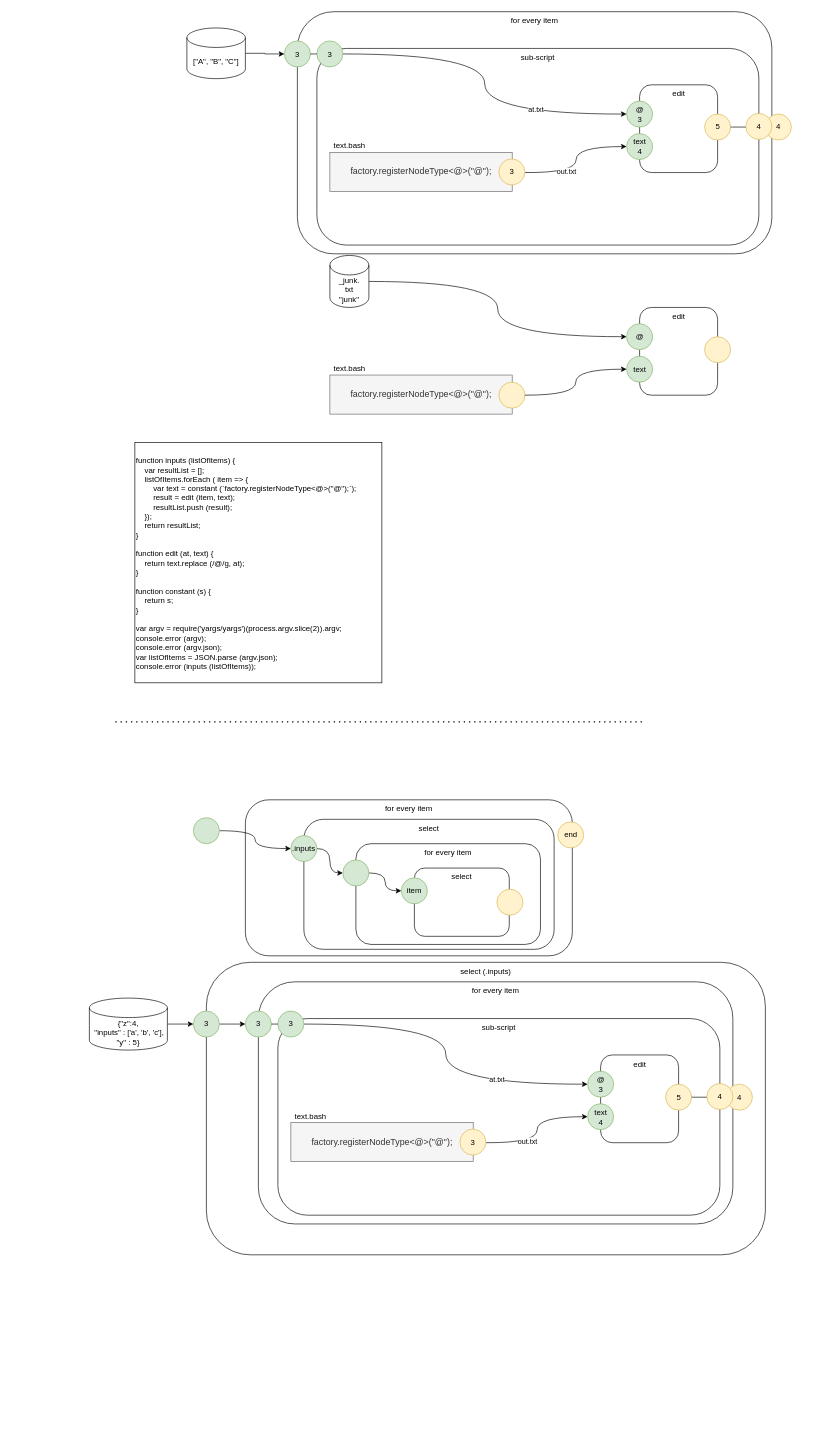
guitarvydas/behavior_tree_to_cpp keeps this draw.io diagram as play/inputs.drawio. Above is the earlier version. Source tidied: cells renumbered, new cells numbered last; positions are measured from the earlier drawing's top-left corner, leaving out a move shared by most shapes. Both pictures are drawn from the tidied source at 65%, with x=0, y=0 at pixel (89, 12).
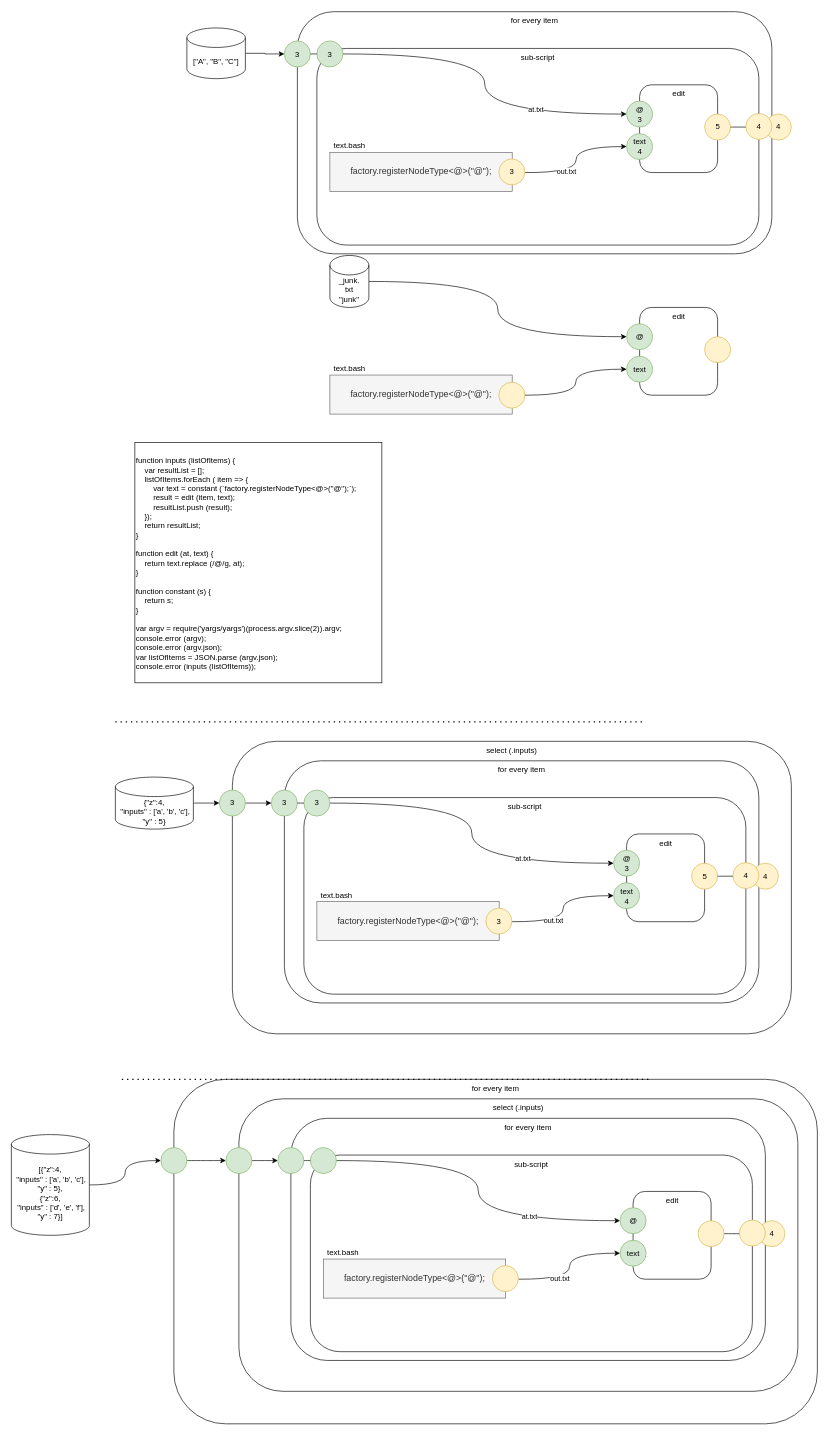
The same diagram, later.

Commit message (it also covers changes not shown here):
full stack text edit

The change refers to these unchanged cells:
```xml
<mxCell id="60" value="text&lt;br&gt;4" style="ellipse;whiteSpace=wrap;html=1;strokeColor=#82b366;align=center;fillColor=#d5e8d4;" parent="57" vertex="1">
  <mxGeometry y="75" width="40" height="40" as="geometry" />
</mxCell>
```

Diff of the diagram source:
```diff
@@
+    <mxCell id="76" value="for every item" style="rounded=1;whiteSpace=wrap;html=1;verticalAlign=top;" parent="1" vertex="1">
+      <mxGeometry x="130" y="1642" width="990" height="530" as="geometry" />
+    </mxCell>
     <mxCell id="2" value="select (.inputs)" style="rounded=1;whiteSpace=wrap;html=1;verticalAlign=top;" parent="1" vertex="1">
-      <mxGeometry x="180" y="1462" width="860" height="450" as="geometry" />
+      <mxGeometry x="220" y="1122" width="860" height="450" as="geometry" />
     </mxCell>
@@
-    <mxCell id="38" value="for every item" style="rounded=1;whiteSpace=wrap;html=1;strokeColor=#000000;align=center;verticalAlign=top;" parent="1" vertex="1">
-      <mxGeometry x="240" y="1212" width="503" height="240" as="geometry" />
-    </mxCell>
-    <mxCell id="39" value="select" style="rounded=1;whiteSpace=wrap;html=1;strokeColor=#000000;align=center;verticalAlign=top;" parent="1" vertex="1">
-      <mxGeometry x="330" y="1242" width="385" height="200" as="geometry" />
-    </mxCell>
-    <mxCell id="40" style="edgeStyle=orthogonalEdgeStyle;curved=1;jettySize=auto;html=1;exitX=1;exitY=0.5;exitDx=0;exitDy=0;entryX=0;entryY=0.5;entryDx=0;entryDy=0;" parent="1" edge="1" source="41" target="48">
-      <mxGeometry relative="1" as="geometry" />
-    </mxCell>
-    <mxCell id="41" value=".inputs" style="ellipse;whiteSpace=wrap;html=1;strokeColor=#82b366;align=center;fillColor=#d5e8d4;" parent="1" vertex="1">
-      <mxGeometry x="310" y="1267" width="40" height="40" as="geometry" />
-    </mxCell>
-    <mxCell id="42" style="edgeStyle=orthogonalEdgeStyle;jettySize=auto;html=1;exitX=1;exitY=0.5;exitDx=0;exitDy=0;entryX=0;entryY=0.5;entryDx=0;entryDy=0;curved=1;" parent="1" edge="1" source="43" target="41">
-      <mxGeometry relative="1" as="geometry" />
-    </mxCell>
-    <mxCell id="43" style="ellipse;whiteSpace=wrap;html=1;strokeColor=#82b366;align=center;fillColor=#d5e8d4;" parent="1" vertex="1">
-      <mxGeometry x="160" y="1239.5" width="40" height="40" as="geometry" />
-    </mxCell>
-    <mxCell id="44" value="for every item" style="rounded=1;whiteSpace=wrap;html=1;strokeColor=#000000;align=center;verticalAlign=top;" parent="1" vertex="1">
-      <mxGeometry x="410" y="1279.5" width="284" height="155" as="geometry" />
-    </mxCell>
-    <mxCell id="45" value="select" style="rounded=1;whiteSpace=wrap;html=1;strokeColor=#000000;align=center;verticalAlign=top;" parent="1" vertex="1">
-      <mxGeometry x="500" y="1317" width="146" height="105" as="geometry" />
-    </mxCell>
-    <mxCell id="46" value="item" style="ellipse;whiteSpace=wrap;html=1;strokeColor=#82b366;align=center;fillColor=#d5e8d4;" parent="1" vertex="1">
-      <mxGeometry x="480" y="1332" width="40" height="40" as="geometry" />
-    </mxCell>
-    <mxCell id="47" style="edgeStyle=orthogonalEdgeStyle;curved=1;jettySize=auto;html=1;exitX=1;exitY=0.5;exitDx=0;exitDy=0;entryX=0;entryY=0.5;entryDx=0;entryDy=0;" parent="1" edge="1" source="48" target="46">
-      <mxGeometry relative="1" as="geometry" />
-    </mxCell>
-    <mxCell id="48" style="ellipse;whiteSpace=wrap;html=1;strokeColor=#82b366;align=center;fillColor=#d5e8d4;" parent="1" vertex="1">
-      <mxGeometry x="390" y="1304.5" width="40" height="40" as="geometry" />
-    </mxCell>
-    <mxCell id="49" style="ellipse;whiteSpace=wrap;html=1;strokeColor=#d6b656;align=center;fillColor=#fff2cc;" parent="1" vertex="1">
-      <mxGeometry x="627" y="1349.5" width="40" height="40" as="geometry" />
-    </mxCell>
-    <mxCell id="50" value="end" style="ellipse;whiteSpace=wrap;html=1;strokeColor=#d6b656;align=center;fillColor=#fff2cc;" parent="1" vertex="1">
-      <mxGeometry x="720.5" y="1246" width="40" height="40" as="geometry" />
-    </mxCell>
@@
     <mxCell id="52" value="for every item" style="rounded=1;whiteSpace=wrap;html=1;strokeColor=#000000;align=center;verticalAlign=top;" parent="1" vertex="1">
-      <mxGeometry x="260" y="1492" width="730" height="372.5" as="geometry" />
+      <mxGeometry x="300" y="1152" width="730" height="372.5" as="geometry" />
     </mxCell>
     <mxCell id="53" value="sub-script" style="rounded=1;whiteSpace=wrap;html=1;strokeColor=#000000;align=center;verticalAlign=top;" parent="1" vertex="1">
-      <mxGeometry x="290" y="1548.5" width="680" height="302.5" as="geometry" />
+      <mxGeometry x="330" y="1208.5" width="680" height="302.5" as="geometry" />
     </mxCell>
     <mxCell id="54" value="3" style="ellipse;whiteSpace=wrap;html=1;strokeColor=#82b366;align=center;fillColor=#d5e8d4;" parent="1" vertex="1">
-      <mxGeometry x="240" y="1537" width="40" height="40" as="geometry" />
+      <mxGeometry x="280" y="1197" width="40" height="40" as="geometry" />
     </mxCell>
@@
     <mxCell id="57" style="group;" parent="1" vertex="1">
-      <mxGeometry x="766.5" y="1604.5" width="160" height="135" as="geometry" />
+      <mxGeometry x="806.5" y="1264.5" width="160" height="135" as="geometry" />
     </mxCell>
@@
     <mxCell id="62" style="edgeStyle=orthogonalEdgeStyle;curved=1;jettySize=auto;html=1;exitX=1;exitY=0.5;exitDx=0;exitDy=0;entryX=0;entryY=0.5;entryDx=0;entryDy=0;" parent="1" edge="1" target="60">
       <mxGeometry relative="1" as="geometry">
-        <mxPoint x="610" y="1739.5" as="sourcePoint" />
+        <mxPoint x="650" y="1399.5" as="sourcePoint" />
       </mxGeometry>
     </mxCell>
@@
     <mxCell id="64" value="text.bash" style="text;html=1;align=center;verticalAlign=middle;strokeColor=none;" parent="1" vertex="1">
-      <mxGeometry x="310" y="1688.5" width="60" height="20" as="geometry" />
+      <mxGeometry x="350" y="1348.5" width="60" height="20" as="geometry" />
     </mxCell>
     <mxCell id="65" value="3" style="ellipse;whiteSpace=wrap;html=1;strokeColor=#82b366;align=center;fillColor=#d5e8d4;" parent="1" vertex="1">
-      <mxGeometry x="290" y="1537" width="40" height="40" as="geometry" />
+      <mxGeometry x="330" y="1197" width="40" height="40" as="geometry" />
     </mxCell>
@@
     <mxCell id="67" value="4" style="ellipse;whiteSpace=wrap;html=1;strokeColor=#d6b656;align=center;fillColor=#fff2cc;" parent="1" vertex="1">
-      <mxGeometry x="980" y="1649.5" width="40" height="40" as="geometry" />
+      <mxGeometry x="1020" y="1309.5" width="40" height="40" as="geometry" />
     </mxCell>
@@
     <mxCell id="69" value="&lt;div&gt;&lt;span style=&quot;font-size: 13.6px&quot;&gt;factory.registerNodeType&amp;lt;@&amp;gt;(&quot;@&quot;);&lt;/span&gt;&lt;/div&gt;" style="rounded=0;whiteSpace=wrap;html=1;align=center;verticalAlign=middle;fillColor=#f5f5f5;strokeColor=#666666;fontColor=#333333;" parent="1" vertex="1">
-      <mxGeometry x="310" y="1708.5" width="280.5" height="60.1" as="geometry" />
+      <mxGeometry x="350" y="1368.5" width="280.5" height="60.1" as="geometry" />
     </mxCell>
     <mxCell id="70" value="3" style="ellipse;whiteSpace=wrap;html=1;strokeColor=#d6b656;align=center;fillColor=#fff2cc;" parent="1" vertex="1">
-      <mxGeometry x="570" y="1718.6" width="40" height="40" as="geometry" />
+      <mxGeometry x="610" y="1378.6" width="40" height="40" as="geometry" />
     </mxCell>
     <mxCell id="71" value="4" style="ellipse;whiteSpace=wrap;html=1;strokeColor=#d6b656;align=center;fillColor=#fff2cc;" parent="1" vertex="1">
-      <mxGeometry x="950" y="1648.5" width="40" height="40" as="geometry" />
+      <mxGeometry x="990" y="1308.5" width="40" height="40" as="geometry" />
     </mxCell>
@@
     <mxCell id="73" value="3" style="ellipse;whiteSpace=wrap;html=1;strokeColor=#82b366;align=center;fillColor=#d5e8d4;" parent="1" vertex="1">
-      <mxGeometry x="160" y="1537" width="40" height="40" as="geometry" />
+      <mxGeometry x="200" y="1197" width="40" height="40" as="geometry" />
     </mxCell>
@@
     <mxCell id="75" value="{&quot;z&quot;:4,&lt;br&gt;&amp;nbsp;&quot;inputs&quot; : ['a', 'b', 'c'],&lt;br&gt;&quot;y&quot; : 5}" style="shape=cylinder3;whiteSpace=wrap;html=1;boundedLbl=1;backgroundOutline=1;size=15;" parent="1" vertex="1">
-      <mxGeometry y="1517" width="120" height="80" as="geometry" />
+      <mxGeometry x="40" y="1177" width="120" height="80" as="geometry" />
     </mxCell>
+    <mxCell id="77" value="select (.inputs)" style="rounded=1;whiteSpace=wrap;html=1;verticalAlign=top;" parent="1" vertex="1">
+      <mxGeometry x="230" y="1672" width="860" height="450" as="geometry" />
+    </mxCell>
+    <mxCell id="78" style="endArrow=none;dashed=1;html=1;dashPattern=1 3;strokeWidth=2;" parent="1" edge="1">
+      <mxGeometry relative="1" as="geometry">
+        <mxPoint x="50" y="1642" as="sourcePoint" />
+        <mxPoint x="860" y="1642" as="targetPoint" />
+      </mxGeometry>
+    </mxCell>
+    <mxCell id="79" value="for every item" style="rounded=1;whiteSpace=wrap;html=1;strokeColor=#000000;align=center;verticalAlign=top;" parent="1" vertex="1">
+      <mxGeometry x="310" y="1702" width="730" height="372.5" as="geometry" />
+    </mxCell>
+    <mxCell id="80" value="sub-script" style="rounded=1;whiteSpace=wrap;html=1;strokeColor=#000000;align=center;verticalAlign=top;" parent="1" vertex="1">
+      <mxGeometry x="340" y="1758.5" width="680" height="302.5" as="geometry" />
+    </mxCell>
+    <mxCell id="81" style="ellipse;whiteSpace=wrap;html=1;strokeColor=#82b366;align=center;fillColor=#d5e8d4;" parent="1" vertex="1">
+      <mxGeometry x="290" y="1747" width="40" height="40" as="geometry" />
+    </mxCell>
+    <mxCell id="82" style="edgeStyle=orthogonalEdgeStyle;jettySize=auto;html=1;exitX=1;exitY=0.5;exitDx=0;exitDy=0;entryX=0;entryY=0.5;entryDx=0;entryDy=0;curved=1;startArrow=none;" parent="1" edge="1" source="92" target="86">
+      <mxGeometry relative="1" as="geometry" />
+    </mxCell>
+    <mxCell id="83" value="at.txt" style="edgeLabel;html=1;align=center;verticalAlign=middle;" parent="82" vertex="1">
+      <mxGeometry x="0.47" y="7" relative="1" as="geometry" />
+    </mxCell>
+    <mxCell id="84" style="group;" parent="1" vertex="1">
+      <mxGeometry x="816.5" y="1814.5" width="160" height="135" as="geometry" />
+    </mxCell>
+    <mxCell id="85" value="edit" style="rounded=1;whiteSpace=wrap;html=1;strokeColor=#000000;align=center;verticalAlign=top;" parent="84" vertex="1">
+      <mxGeometry x="20" width="120" height="135" as="geometry" />
+    </mxCell>
+    <mxCell id="86" value="@" style="ellipse;whiteSpace=wrap;html=1;strokeColor=#82b366;align=center;fillColor=#d5e8d4;" parent="84" vertex="1">
+      <mxGeometry y="25" width="40" height="40" as="geometry" />
+    </mxCell>
+    <mxCell id="87" value="text" style="ellipse;whiteSpace=wrap;html=1;strokeColor=#82b366;align=center;fillColor=#d5e8d4;" parent="84" vertex="1">
+      <mxGeometry y="75" width="40" height="40" as="geometry" />
+    </mxCell>
+    <mxCell id="88" style="ellipse;whiteSpace=wrap;html=1;strokeColor=#d6b656;align=center;fillColor=#fff2cc;" parent="84" vertex="1">
+      <mxGeometry x="120" y="45" width="40" height="40" as="geometry" />
+    </mxCell>
+    <mxCell id="89" style="edgeStyle=orthogonalEdgeStyle;curved=1;jettySize=auto;html=1;exitX=1;exitY=0.5;exitDx=0;exitDy=0;entryX=0;entryY=0.5;entryDx=0;entryDy=0;" parent="1" edge="1" target="87">
+      <mxGeometry relative="1" as="geometry">
+        <mxPoint x="660" y="1949.5" as="sourcePoint" />
+      </mxGeometry>
+    </mxCell>
+    <mxCell id="90" value="out.txt" style="edgeLabel;html=1;align=center;verticalAlign=middle;" parent="89" vertex="1">
+      <mxGeometry x="-0.36" y="2" relative="1" as="geometry" />
+    </mxCell>
+    <mxCell id="91" value="text.bash" style="text;html=1;align=center;verticalAlign=middle;strokeColor=none;" parent="1" vertex="1">
+      <mxGeometry x="360" y="1898.5" width="60" height="20" as="geometry" />
+    </mxCell>
+    <mxCell id="92" style="ellipse;whiteSpace=wrap;html=1;strokeColor=#82b366;align=center;fillColor=#d5e8d4;" parent="1" vertex="1">
+      <mxGeometry x="340" y="1747" width="40" height="40" as="geometry" />
+    </mxCell>
+    <mxCell id="93" style="edgeStyle=orthogonalEdgeStyle;jettySize=auto;html=1;exitX=1;exitY=0.5;exitDx=0;exitDy=0;entryX=0;entryY=0.5;entryDx=0;entryDy=0;curved=1;endArrow=none;" parent="1" edge="1" source="81" target="92">
+      <mxGeometry relative="1" as="geometry" />
+    </mxCell>
+    <mxCell id="94" value="4" style="ellipse;whiteSpace=wrap;html=1;strokeColor=#d6b656;align=center;fillColor=#fff2cc;" parent="1" vertex="1">
+      <mxGeometry x="1030" y="1859.5" width="40" height="40" as="geometry" />
+    </mxCell>
+    <mxCell id="95" style="edgeStyle=orthogonalEdgeStyle;curved=1;jettySize=auto;html=1;exitX=1;exitY=0.5;exitDx=0;exitDy=0;entryX=0;entryY=0.5;entryDx=0;entryDy=0;" parent="1" edge="1" source="88" target="94">
+      <mxGeometry relative="1" as="geometry" />
+    </mxCell>
+    <mxCell id="96" value="&lt;div&gt;&lt;span style=&quot;font-size: 13.6px&quot;&gt;factory.registerNodeType&amp;lt;@&amp;gt;(&quot;@&quot;);&lt;/span&gt;&lt;/div&gt;" style="rounded=0;whiteSpace=wrap;html=1;align=center;verticalAlign=middle;fillColor=#f5f5f5;strokeColor=#666666;fontColor=#333333;" parent="1" vertex="1">
+      <mxGeometry x="360" y="1918.5" width="280.5" height="60.1" as="geometry" />
+    </mxCell>
+    <mxCell id="97" style="ellipse;whiteSpace=wrap;html=1;strokeColor=#d6b656;align=center;fillColor=#fff2cc;" parent="1" vertex="1">
+      <mxGeometry x="620" y="1928.6" width="40" height="40" as="geometry" />
+    </mxCell>
+    <mxCell id="98" style="ellipse;whiteSpace=wrap;html=1;strokeColor=#d6b656;align=center;fillColor=#fff2cc;" parent="1" vertex="1">
+      <mxGeometry x="1000" y="1858.5" width="40" height="40" as="geometry" />
+    </mxCell>
+    <mxCell id="99" style="edgeStyle=orthogonalEdgeStyle;curved=1;jettySize=auto;html=1;exitX=1;exitY=0.5;exitDx=0;exitDy=0;entryX=0;entryY=0.5;entryDx=0;entryDy=0;" parent="1" edge="1" source="100" target="81">
+      <mxGeometry relative="1" as="geometry" />
+    </mxCell>
+    <mxCell id="100" style="ellipse;whiteSpace=wrap;html=1;strokeColor=#82b366;align=center;fillColor=#d5e8d4;" parent="1" vertex="1">
+      <mxGeometry x="210" y="1747" width="40" height="40" as="geometry" />
+    </mxCell>
+    <mxCell id="101" style="edgeStyle=orthogonalEdgeStyle;curved=1;jettySize=auto;html=1;exitX=1;exitY=0.5;exitDx=0;exitDy=0;exitPerimeter=0;entryX=0;entryY=0.5;entryDx=0;entryDy=0;" parent="1" edge="1" source="102" target="104">
+      <mxGeometry relative="1" as="geometry" />
+    </mxCell>
+    <mxCell id="102" value="[{&quot;z&quot;:4,&lt;br&gt;&amp;nbsp;&quot;inputs&quot; : ['a', 'b', 'c'],&lt;br&gt;&quot;y&quot; : 5},&lt;br&gt;{&quot;z&quot;:6,&lt;br&gt;&amp;nbsp;&quot;inputs&quot; : ['d', 'e', 'f'],&lt;br&gt;&quot;y&quot; : 7}]" style="shape=cylinder3;whiteSpace=wrap;html=1;boundedLbl=1;backgroundOutline=1;size=15;" parent="1" vertex="1">
+      <mxGeometry x="-120" y="1727" width="120" height="155" as="geometry" />
+    </mxCell>
+    <mxCell id="103" style="edgeStyle=orthogonalEdgeStyle;curved=1;jettySize=auto;html=1;exitX=1;exitY=0.5;exitDx=0;exitDy=0;entryX=0;entryY=0.5;entryDx=0;entryDy=0;" parent="1" edge="1" source="104" target="100">
+      <mxGeometry relative="1" as="geometry" />
+    </mxCell>
+    <mxCell id="104" style="ellipse;whiteSpace=wrap;html=1;strokeColor=#82b366;align=center;fillColor=#d5e8d4;" parent="1" vertex="1">
+      <mxGeometry x="110" y="1747" width="40" height="40" as="geometry" />
+    </mxCell>
```
